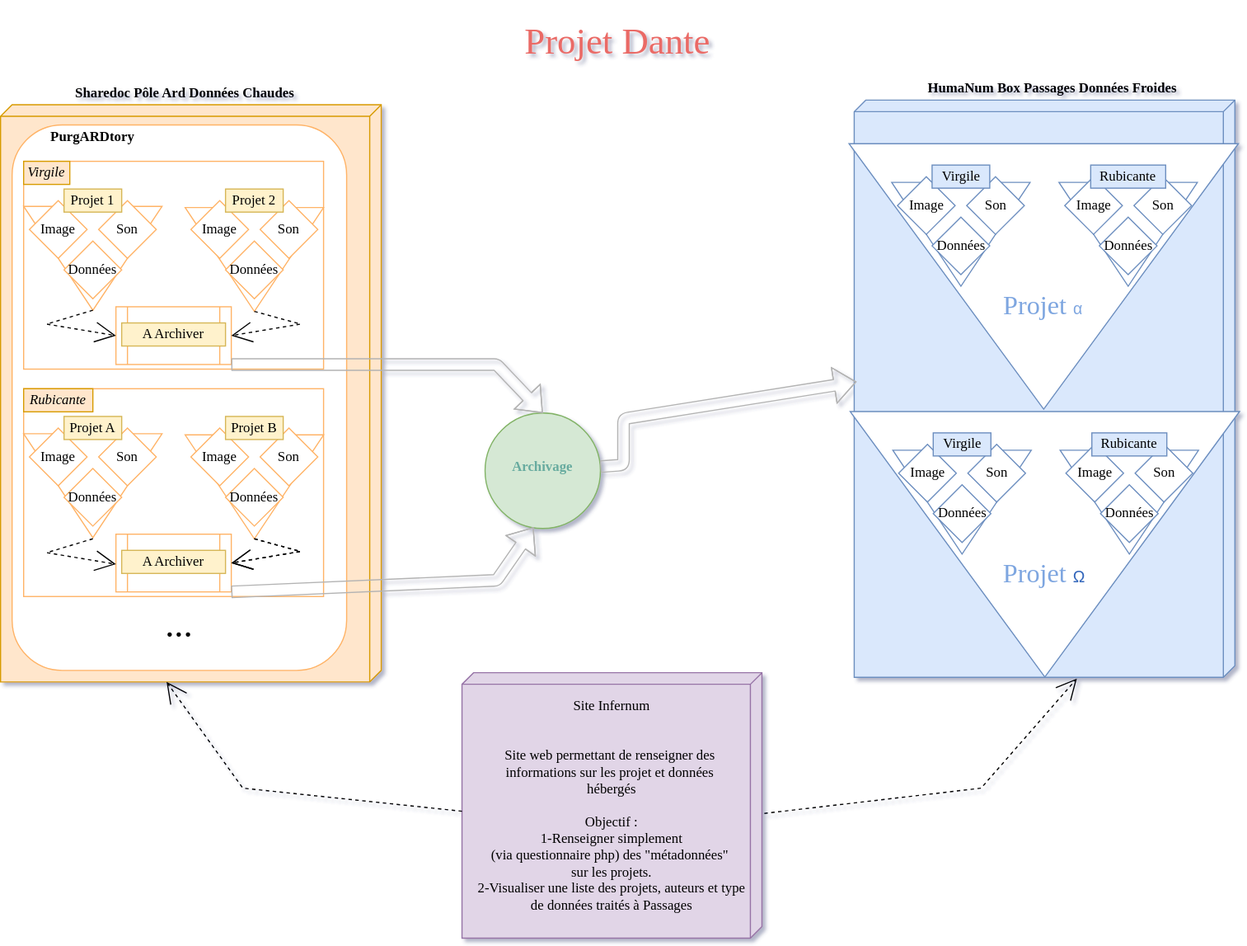
This is Projet_Dante.svg from LeCampionG/Projet_Dante, a draw.io export, as it was before one commit. Source tidied: cells renumbered, new cells last; positions are measured from the earlier drawing's top-left corner, leaving out a move shared by most shapes.
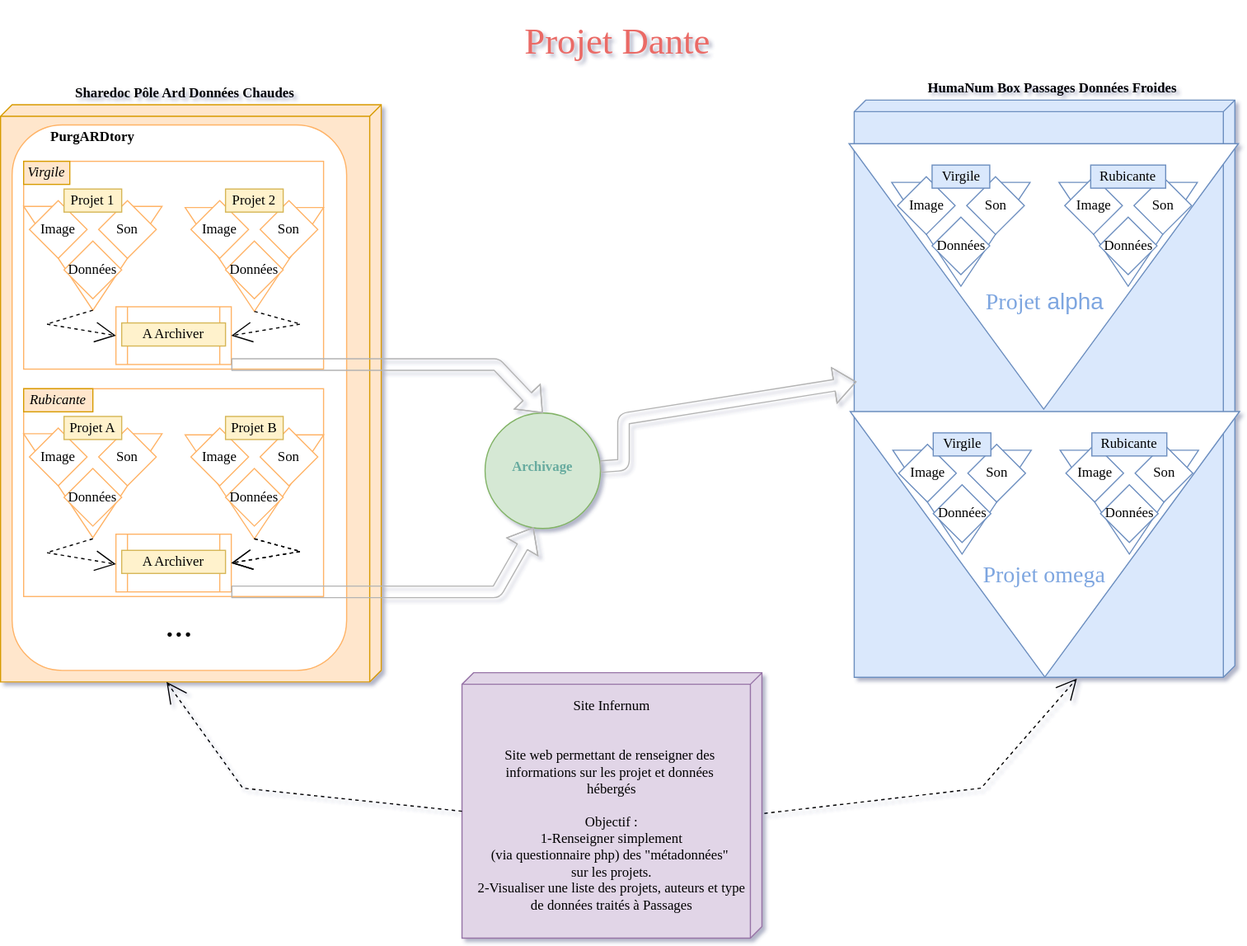
After the change.

What changed in the source:
```diff
@@ -174,7 +174,7 @@
     <mxCell id="50" style="shape=flexArrow;endArrow=classic;html=1;fontFamily=Georgia;fontSize=32;exitX=1;exitY=1;exitDx=0;exitDy=0;entryX=0.42;entryY=0.99;entryDx=0;entryDy=0;entryPerimeter=0;strokeColor=#B3B3B3;" parent="1" edge="1" source="30" target="2">
       <mxGeometry relative="1" as="geometry">
         <Array as="points">
-          <mxPoint x="430" y="502" />
+          <mxPoint x="430" y="512" />
         </Array>
       </mxGeometry>
     </mxCell>
@@ -221,8 +221,8 @@
     <mxCell id="63" value="Rubicante" style="text;html=1;strokeColor=#6c8ebf;align=center;verticalAlign=middle;whiteSpace=wrap;rounded=0;fontFamily=Georgia;fillColor=#dae8fc;" parent="1" vertex="1">
       <mxGeometry x="945" y="142.2" width="65" height="20" as="geometry" />
     </mxCell>
-    <mxCell id="64" value="&lt;font color=&quot;#7ea6e0&quot;&gt;Projet&amp;nbsp;&lt;span style=&quot;font-family: &amp;#34;helvetica&amp;#34; , sans-serif ; font-size: 14px ; background-color: rgb(255 , 255 , 255)&quot;&gt;α&lt;/span&gt;&lt;/font&gt;" style="text;html=1;strokeColor=none;fillColor=none;align=center;verticalAlign=middle;whiteSpace=wrap;rounded=0;fontFamily=Georgia;fontSize=23;fontColor=#EA6B66;" parent="1" vertex="1">
-      <mxGeometry x="839.2" y="253.8" width="130" height="20" as="geometry" />
+    <mxCell id="64" value="&lt;font color=&quot;#7ea6e0&quot; style=&quot;font-size: 20px;&quot;&gt;Projet&lt;font face=&quot;helvetica, sans-serif&quot; style=&quot;font-size: 20px;&quot;&gt;&lt;span style=&quot;background-color: rgb(255, 255, 255); font-size: 20px;&quot;&gt;&amp;nbsp;alpha&lt;/span&gt;&lt;/font&gt;&lt;/font&gt;" style="text;html=1;strokeColor=none;fillColor=none;align=center;verticalAlign=middle;whiteSpace=wrap;rounded=0;fontFamily=Georgia;fontSize=20;fontColor=#EA6B66;" parent="1" vertex="1">
+      <mxGeometry x="844.9" y="250.8" width="120.8" height="18.2" as="geometry" />
     </mxCell>
     <mxCell id="65" style="triangle;whiteSpace=wrap;html=1;fontFamily=Georgia;strokeColor=#6c8ebf;rotation=-90;direction=west;" parent="1" vertex="1">
       <mxGeometry x="790.2" y="302" width="230" height="337.5" as="geometry" />
@@ -257,7 +257,7 @@
     <mxCell id="75" value="Rubicante" style="text;html=1;strokeColor=#6c8ebf;align=center;verticalAlign=middle;whiteSpace=wrap;rounded=0;fontFamily=Georgia;fillColor=#dae8fc;" parent="1" vertex="1">
       <mxGeometry x="946" y="374.2" width="65" height="20" as="geometry" />
     </mxCell>
-    <mxCell id="76" value="&lt;font color=&quot;#7ea6e0&quot;&gt;Projet&amp;nbsp;&lt;/font&gt;&lt;a href=&quot;https://fr.wikipedia.org/wiki/%CE%A9&quot; class=&quot;extiw&quot; title=&quot;w:Ω&quot; style=&quot;color: rgb(51 , 102 , 187) ; background: none rgb(255 , 255 , 255) ; font-family: sans-serif ; font-size: 14px ; text-align: left&quot;&gt;&lt;span lang=&quot;fr&quot; class=&quot;lang-fr&quot;&gt;Ω&lt;/span&gt;&lt;/a&gt;" style="text;html=1;strokeColor=none;fillColor=none;align=center;verticalAlign=middle;whiteSpace=wrap;rounded=0;fontFamily=Georgia;fontSize=23;fontColor=#EA6B66;" parent="1" vertex="1">
+    <mxCell id="76" value="&lt;font color=&quot;#7ea6e0&quot; style=&quot;font-size: 20px&quot;&gt;Projet omega&lt;/font&gt;" style="text;html=1;strokeColor=none;fillColor=none;align=center;verticalAlign=middle;whiteSpace=wrap;rounded=0;fontFamily=Georgia;fontSize=20;fontColor=#EA6B66;" parent="1" vertex="1">
       <mxGeometry x="840.2" y="485.8" width="130" height="20" as="geometry" />
     </mxCell>
     <mxCell id="77" style="edgeStyle=none;rounded=0;html=1;dashed=1;labelBackgroundColor=none;startArrow=none;startFill=0;startSize=8;endArrow=open;endFill=0;endSize=16;fontFamily=Verdana;fontSize=12;exitX=1;exitY=0.5;exitDx=0;exitDy=0;entryX=1;entryY=0.5;entryDx=0;entryDy=0;" parent="1" edge="1">
```
